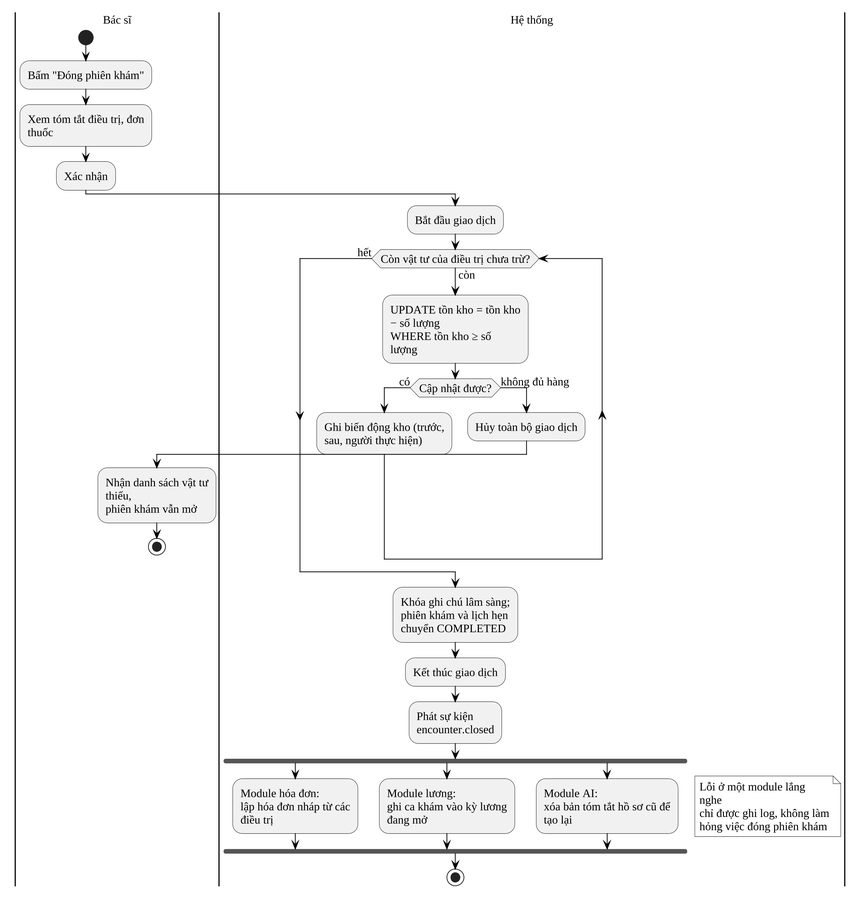
This is docs/10_Thesis/bao-cao/hinh/3-19-hoat-dong-dong-phien-kham.png from Trantuan0310/dental-clinic-nestjs-react, a PlantUML export, as it was before one commit.
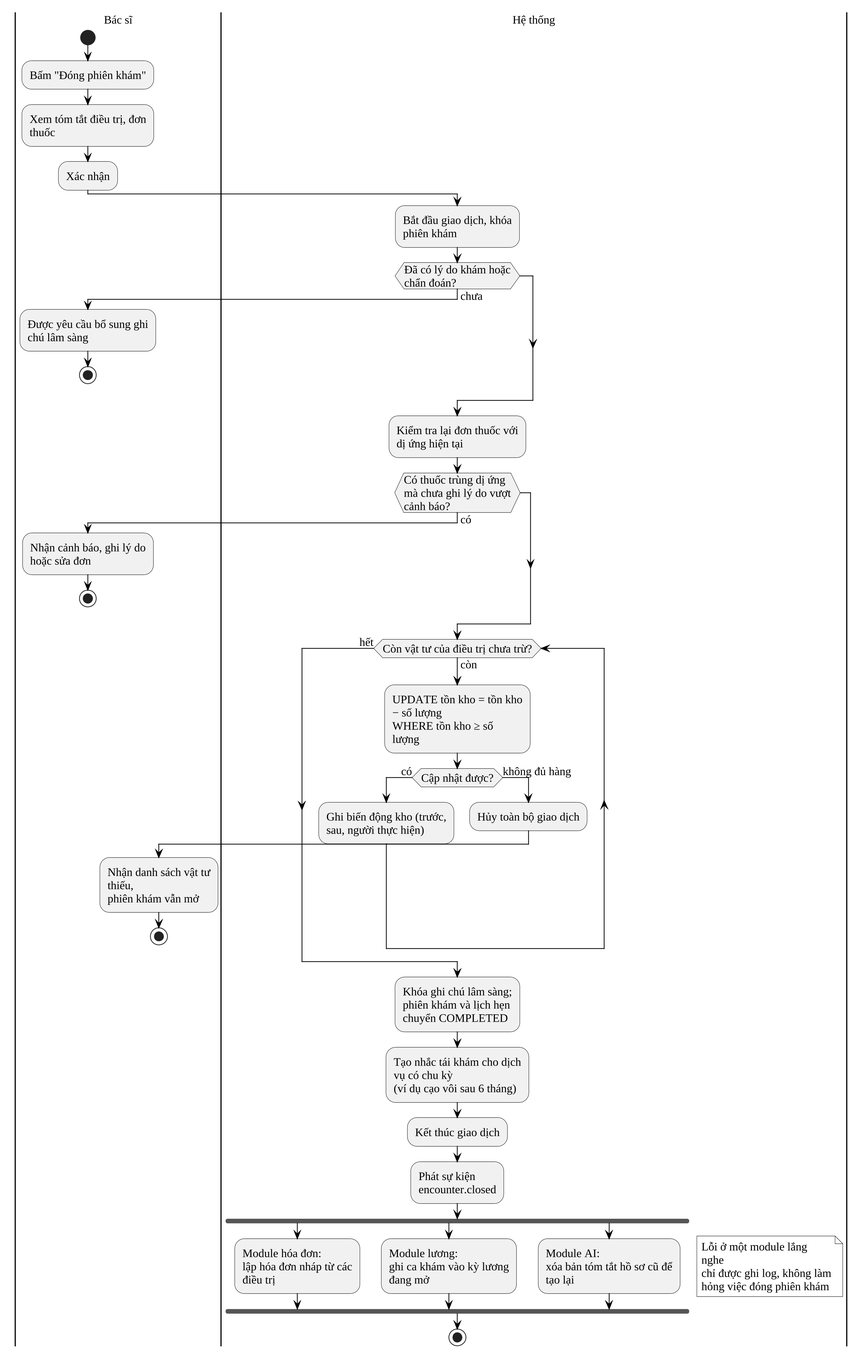
After the change.

Commit message:
docs(thesis): bổ sung nhánh đối soát và bước đóng phiên khám theo đúng mã

Diff of the diagram source:
```diff
@@ -6,7 +6,20 @@
 :Xem tóm tắt điều trị, đơn thuốc;
 :Xác nhận;
 |Hệ thống|
-:Bắt đầu giao dịch;
+:Bắt đầu giao dịch, khóa phiên khám;
+if (Đã có lý do khám hoặc chẩn đoán?) then (chưa)
+  |Bác sĩ|
+  :Được yêu cầu bổ sung ghi chú lâm sàng;
+  stop
+endif
+|Hệ thống|
+:Kiểm tra lại đơn thuốc với dị ứng hiện tại;
+if (Có thuốc trùng dị ứng\nmà chưa ghi lý do vượt cảnh báo?) then (có)
+  |Bác sĩ|
+  :Nhận cảnh báo, ghi lý do hoặc sửa đơn;
+  stop
+endif
+|Hệ thống|
 while (Còn vật tư của điều trị chưa trừ?) is (còn)
   :UPDATE tồn kho = tồn kho − số lượng\nWHERE tồn kho ≥ số lượng;
   if (Cập nhật được?) then (có)
@@ -20,6 +33,7 @@
 endwhile (hết)
 |Hệ thống|
 :Khóa ghi chú lâm sàng;\nphiên khám và lịch hẹn chuyển COMPLETED;
+:Tạo nhắc tái khám cho dịch vụ có chu kỳ\n(ví dụ cạo vôi sau 6 tháng);
 :Kết thúc giao dịch;
 :Phát sự kiện encounter.closed;
 fork
```
